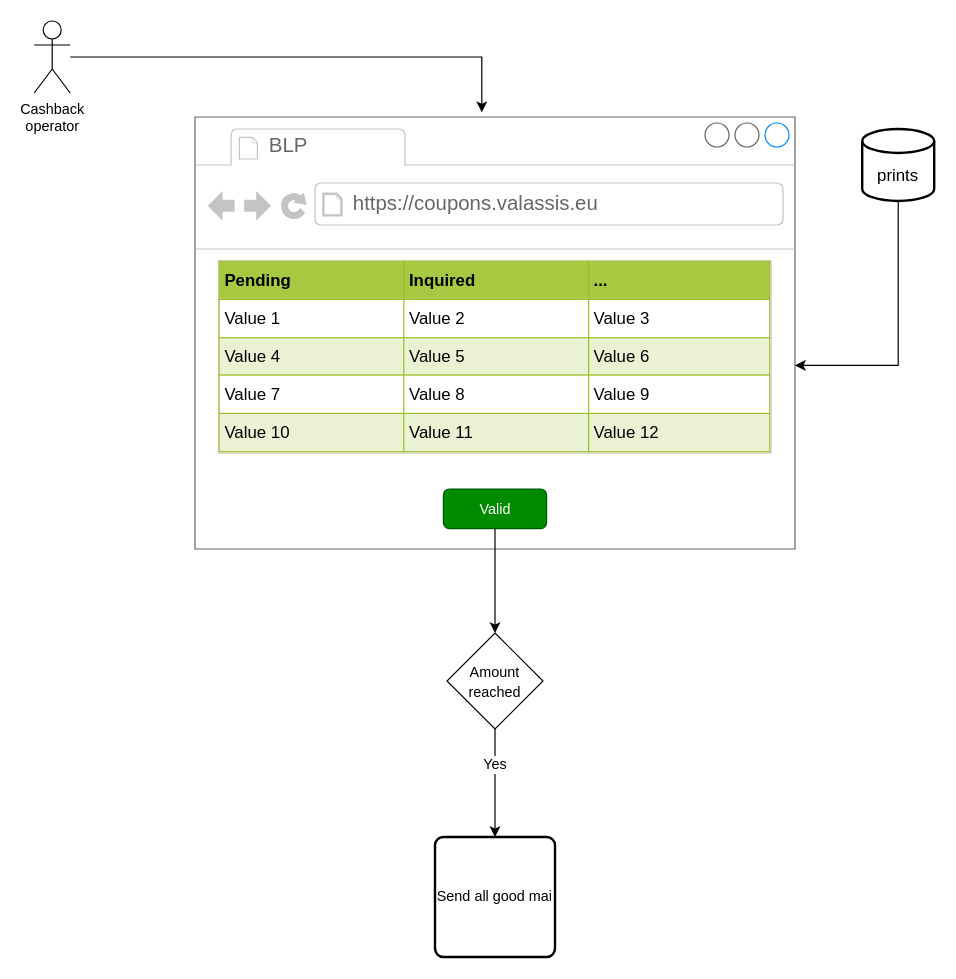
valassis-fcalle/diagramas.net keeps this draw.io diagram as page "Amount reached" (5 of 5) of loyalty/User Flow.drawio. Above is the earlier version. Source tidied: cells renumbered, new cells numbered last; positions are measured from the earlier drawing's top-left corner, leaving out a move shared by most shapes. Both pictures are drawn from the tidied source at 120%, with x=0, y=0 at pixel (34, 20).
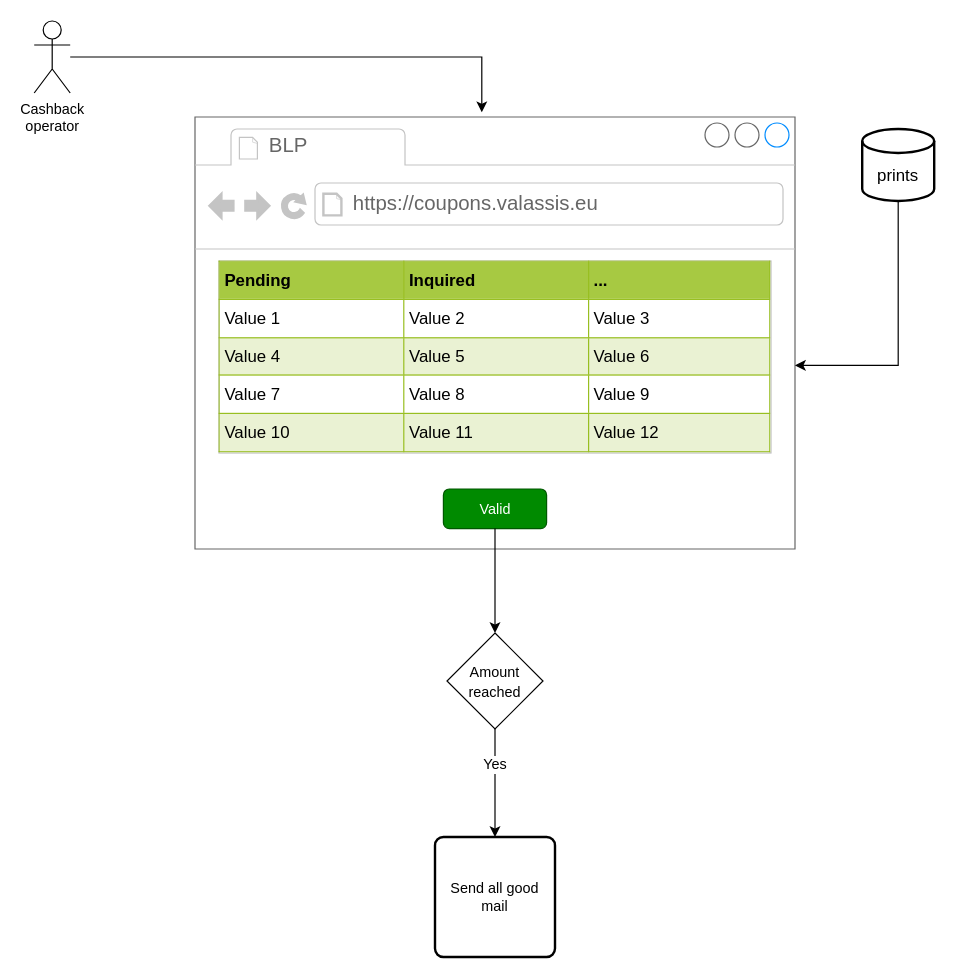
The same diagram, later.

The edit, as a diff of the source:
```diff
@@
-    <mxCell id="18" value="Send all good mai" style="rounded=1;whiteSpace=wrap;html=1;absoluteArcSize=1;arcSize=14;strokeWidth=2;" parent="1" vertex="1">
+    <mxCell id="18" value="Send all good mail" style="rounded=1;whiteSpace=wrap;html=1;absoluteArcSize=1;arcSize=14;strokeWidth=2;" parent="1" vertex="1">
       <mxGeometry x="334" y="680" width="100" height="100" as="geometry" />
     </mxCell>
```
